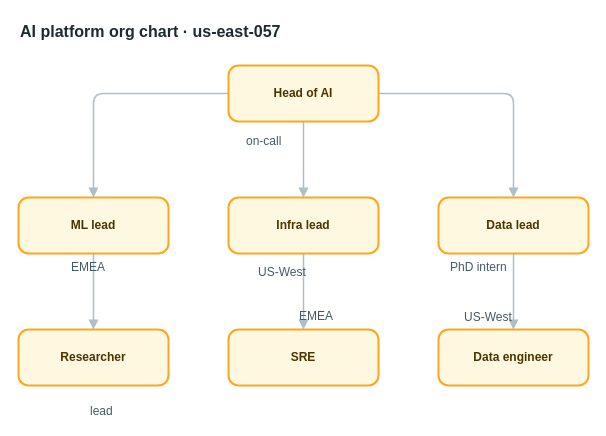
Above: apps/web/public/samples/library/057-ai-platform-org-chart.drawio in AryanG01/open-apprentice (draw.io), before the change. Source tidied: cells renumbered, new cells numbered last; positions are measured from the earlier drawing's top-left corner, leaving out a move shared by most shapes. Both pictures are drawn from the tidied source at 100%, with x=0, y=0 at pixel (18, 17).
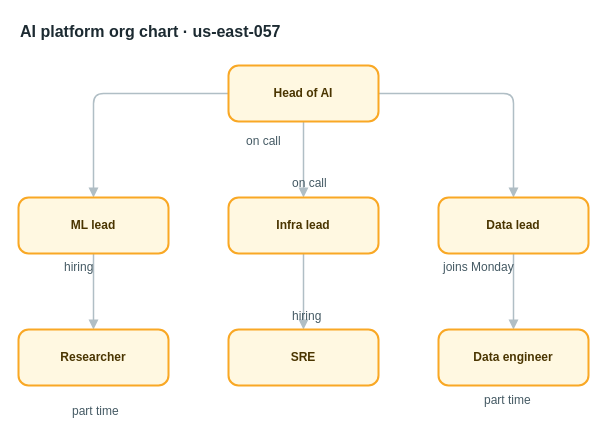
The same diagram, later.

What changed in the source:
```diff
@@
-    <mxCell id="16" value="on-call" style="text;html=1;align=left;verticalAlign=top;whiteSpace=nowrap;spacing=0;spacingTop=0;strokeColor=none;fillColor=none;fontSize=12;fontColor=#455a64;" parent="1" vertex="1">
+    <mxCell id="16" value="on call" style="text;html=1;align=left;verticalAlign=top;whiteSpace=nowrap;spacing=0;spacingTop=0;strokeColor=none;fillColor=none;fontSize=12;fontColor=#455a64;" parent="1" vertex="1">
       <mxGeometry x="228" y="112" width="61" height="20" as="geometry" />
     </mxCell>
-    <mxCell id="17" value="EMEA" style="text;html=1;align=left;verticalAlign=top;whiteSpace=nowrap;spacing=0;spacingTop=0;strokeColor=none;fillColor=none;fontSize=12;fontColor=#455a64;" parent="1" vertex="1">
-      <mxGeometry x="53" y="238" width="40" height="20" as="geometry" />
+    <mxCell id="17" value="hiring" style="text;html=1;align=left;verticalAlign=top;whiteSpace=nowrap;spacing=0;spacingTop=0;strokeColor=none;fillColor=none;fontSize=12;fontColor=#455a64;" parent="1" vertex="1">
+      <mxGeometry x="46" y="238" width="54" height="20" as="geometry" />
     </mxCell>
-    <mxCell id="18" value="US-West" style="text;html=1;align=left;verticalAlign=top;whiteSpace=nowrap;spacing=0;spacingTop=0;strokeColor=none;fillColor=none;fontSize=12;fontColor=#455a64;" parent="1" vertex="1">
-      <mxGeometry x="240" y="243" width="61" height="20" as="geometry" />
+    <mxCell id="18" value="on call" style="text;html=1;align=left;verticalAlign=top;whiteSpace=nowrap;spacing=0;spacingTop=0;strokeColor=none;fillColor=none;fontSize=12;fontColor=#455a64;" parent="1" vertex="1">
+      <mxGeometry x="274" y="154" width="61" height="20" as="geometry" />
     </mxCell>
-    <mxCell id="19" value="PhD intern" style="text;html=1;align=left;verticalAlign=top;whiteSpace=nowrap;spacing=0;spacingTop=0;strokeColor=none;fillColor=none;fontSize=12;fontColor=#455a64;" parent="1" vertex="1">
-      <mxGeometry x="432" y="238" width="82" height="20" as="geometry" />
+    <mxCell id="19" value="joins Monday" style="text;html=1;align=left;verticalAlign=top;whiteSpace=nowrap;spacing=0;spacingTop=0;strokeColor=none;fillColor=none;fontSize=12;fontColor=#455a64;" parent="1" vertex="1">
+      <mxGeometry x="425" y="238" width="96" height="20" as="geometry" />
     </mxCell>
-    <mxCell id="20" value="lead" style="text;html=1;align=left;verticalAlign=top;whiteSpace=nowrap;spacing=0;spacingTop=0;strokeColor=none;fillColor=none;fontSize=12;fontColor=#455a64;" parent="1" vertex="1">
-      <mxGeometry x="72" y="382" width="40" height="20" as="geometry" />
+    <mxCell id="20" value="part time" style="text;html=1;align=left;verticalAlign=top;whiteSpace=nowrap;spacing=0;spacingTop=0;strokeColor=none;fillColor=none;fontSize=12;fontColor=#455a64;" parent="1" vertex="1">
+      <mxGeometry x="54" y="382" width="75" height="20" as="geometry" />
     </mxCell>
-    <mxCell id="21" value="EMEA" style="text;html=1;align=left;verticalAlign=top;whiteSpace=nowrap;spacing=0;spacingTop=0;strokeColor=none;fillColor=none;fontSize=12;fontColor=#455a64;" parent="1" vertex="1">
-      <mxGeometry x="281" y="287" width="40" height="20" as="geometry" />
+    <mxCell id="21" value="hiring" style="text;html=1;align=left;verticalAlign=top;whiteSpace=nowrap;spacing=0;spacingTop=0;strokeColor=none;fillColor=none;fontSize=12;fontColor=#455a64;" parent="1" vertex="1">
+      <mxGeometry x="274" y="287" width="54" height="20" as="geometry" />
     </mxCell>
-    <mxCell id="22" value="US-West" style="text;html=1;align=left;verticalAlign=top;whiteSpace=nowrap;spacing=0;spacingTop=0;strokeColor=none;fillColor=none;fontSize=12;fontColor=#455a64;" parent="1" vertex="1">
-      <mxGeometry x="446" y="288" width="61" height="20" as="geometry" />
+    <mxCell id="22" value="part time" style="text;html=1;align=left;verticalAlign=top;whiteSpace=nowrap;spacing=0;spacingTop=0;strokeColor=none;fillColor=none;fontSize=12;fontColor=#455a64;" parent="1" vertex="1">
+      <mxGeometry x="466" y="371" width="75" height="20" as="geometry" />
     </mxCell>
```
